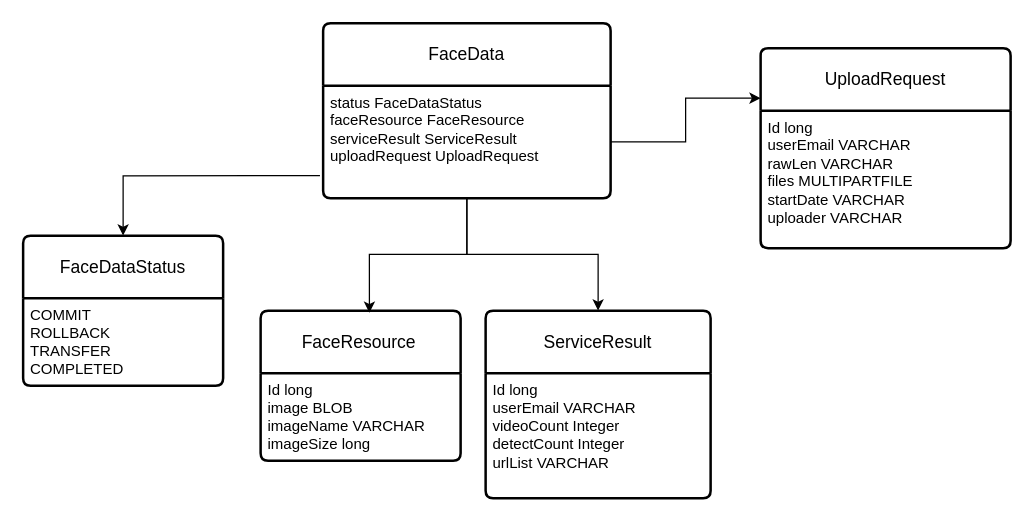
The draw.io diagram catchv_database.drawio in gangfunction/catchvbackend, before the edit. Source tidied: cells renumbered, new cells numbered last; positions are measured from the earlier drawing's top-left corner, leaving out a move shared by most shapes. Both pictures are drawn from the tidied source at 125%, with x=0, y=0 at pixel (22, 22).
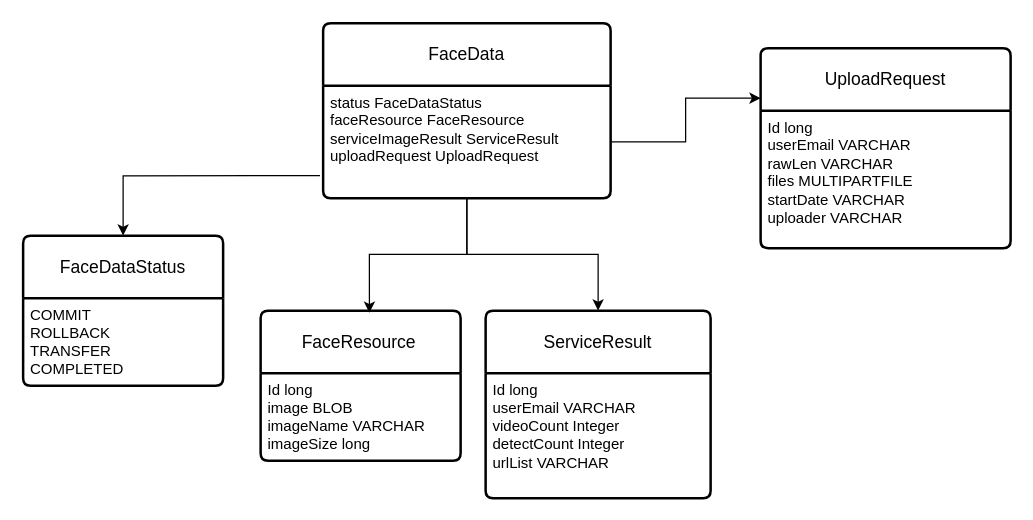
The same diagram, later.

The edit, as a diff of the source:
```diff
@@
 <mxGraphModel>
   <root>
     <mxCell id="0" />
     <mxCell id="1" parent="0" />
     <mxCell id="2" value="FaceDataStatus" style="swimlane;horizontal=1;startSize=50;rounded=1;fontSize=14;fontStyle=0;strokeWidth=2;shadow=0;dashed=0;align=center;arcSize=4;whiteSpace=wrap;html=1;" parent="1" vertex="1">
       <mxGeometry y="170" width="160" height="120" as="geometry" />
     </mxCell>
     <mxCell id="3" value="COMMIT&lt;br&gt;ROLLBACK&lt;br&gt;TRANSFER&lt;br&gt;COMPLETED" style="align=left;strokeColor=none;fillColor=none;spacingLeft=4;fontSize=12;verticalAlign=top;html=1;" parent="2" vertex="1">
       <mxGeometry y="50" width="160" height="70" as="geometry" />
     </mxCell>
     <mxCell id="4" value="FaceResource&lt;span style=&quot;white-space: pre;&quot;&gt;&#9;&lt;/span&gt;" style="swimlane;horizontal=1;startSize=50;rounded=1;fontSize=14;fontStyle=0;strokeWidth=2;shadow=0;dashed=0;align=center;arcSize=4;whiteSpace=wrap;html=1;" parent="1" vertex="1">
       <mxGeometry x="190" y="230" width="160" height="120" as="geometry" />
     </mxCell>
     <mxCell id="5" value="Id long&lt;br&gt;image BLOB&lt;br&gt;imageName VARCHAR&lt;br&gt;imageSize long" style="align=left;strokeColor=none;fillColor=none;spacingLeft=4;fontSize=12;verticalAlign=top;html=1;" parent="4" vertex="1">
       <mxGeometry y="50" width="160" height="70" as="geometry" />
     </mxCell>
     <mxCell id="6" value="FaceData" style="swimlane;horizontal=1;startSize=50;rounded=1;fontSize=14;fontStyle=0;strokeWidth=2;shadow=0;dashed=0;align=center;arcSize=4;whiteSpace=wrap;html=1;" parent="1" vertex="1">
       <mxGeometry x="240" width="230" height="140" as="geometry" />
     </mxCell>
-    <mxCell id="7" value="status FaceDataStatus&lt;br&gt;faceResource FaceResource&lt;br&gt;serviceResult ServiceResult&lt;br&gt;uploadRequest UploadRequest" style="align=left;strokeColor=none;fillColor=none;spacingLeft=4;fontSize=12;verticalAlign=top;html=1;" parent="6" vertex="1">
+    <mxCell id="7" value="status FaceDataStatus&lt;br&gt;faceResource FaceResource&lt;br&gt;serviceImageResult ServiceResult&lt;br&gt;uploadRequest UploadRequest" style="align=left;strokeColor=none;fillColor=none;spacingLeft=4;fontSize=12;verticalAlign=top;html=1;" parent="6" vertex="1">
       <mxGeometry y="50" width="230" height="90" as="geometry" />
     </mxCell>
     <mxCell id="8" style="edgeStyle=orthogonalEdgeStyle;rounded=0;jettySize=auto;html=1;entryX=0.544;entryY=0.015;entryDx=0;entryDy=0;entryPerimeter=0;" parent="1" edge="1" source="7" target="4">
       <mxGeometry relative="1" as="geometry" />
     </mxCell>
     <mxCell id="9" style="edgeStyle=orthogonalEdgeStyle;rounded=0;jettySize=auto;html=1;entryX=0.5;entryY=0;entryDx=0;entryDy=0;exitX=0.5;exitY=1;exitDx=0;exitDy=0;" parent="1" edge="1" source="7" target="14">
       <mxGeometry relative="1" as="geometry" />
     </mxCell>
     <mxCell id="10" style="edgeStyle=orthogonalEdgeStyle;rounded=0;jettySize=auto;html=1;entryX=0.5;entryY=0;entryDx=0;entryDy=0;exitX=-0.011;exitY=0.801;exitDx=0;exitDy=0;exitPerimeter=0;" parent="1" edge="1" source="7" target="2">
       <mxGeometry relative="1" as="geometry" />
     </mxCell>
     <mxCell id="11" value="UploadRequest" style="swimlane;horizontal=1;startSize=50;rounded=1;fontSize=14;fontStyle=0;strokeWidth=2;shadow=0;dashed=0;align=center;arcSize=4;whiteSpace=wrap;html=1;" parent="1" vertex="1">
       <mxGeometry x="590" y="20" width="200" height="160" as="geometry" />
     </mxCell>
     <mxCell id="12" value="Id long&lt;br&gt;userEmail VARCHAR&lt;br&gt;rawLen VARCHAR&lt;br&gt;files MULTIPARTFILE&lt;br&gt;startDate VARCHAR&lt;br&gt;uploader VARCHAR&lt;br&gt;" style="align=left;strokeColor=none;fillColor=none;spacingLeft=4;fontSize=12;verticalAlign=top;html=1;" parent="11" vertex="1">
       <mxGeometry y="50" width="200" height="110" as="geometry" />
     </mxCell>
     <mxCell id="13" style="edgeStyle=orthogonalEdgeStyle;rounded=0;jettySize=auto;html=1;entryX=0;entryY=0.25;entryDx=0;entryDy=0;" parent="1" edge="1" source="7" target="11">
       <mxGeometry relative="1" as="geometry" />
     </mxCell>
     <mxCell id="14" value="ServiceResult" style="swimlane;horizontal=1;startSize=50;rounded=1;fontSize=14;fontStyle=0;strokeWidth=2;shadow=0;dashed=0;align=center;arcSize=4;whiteSpace=wrap;html=1;" parent="1" vertex="1">
       <mxGeometry x="370" y="230" width="180" height="150" as="geometry" />
     </mxCell>
     <mxCell id="15" value="Id long&lt;br&gt;userEmail VARCHAR&lt;br&gt;videoCount Integer&lt;br&gt;detectCount Integer&lt;br&gt;urlList VARCHAR" style="align=left;strokeColor=none;fillColor=none;spacingLeft=4;fontSize=12;verticalAlign=top;html=1;" parent="14" vertex="1">
       <mxGeometry y="50" width="180" height="100" as="geometry" />
     </mxCell>
   </root>
 </mxGraphModel>
```
